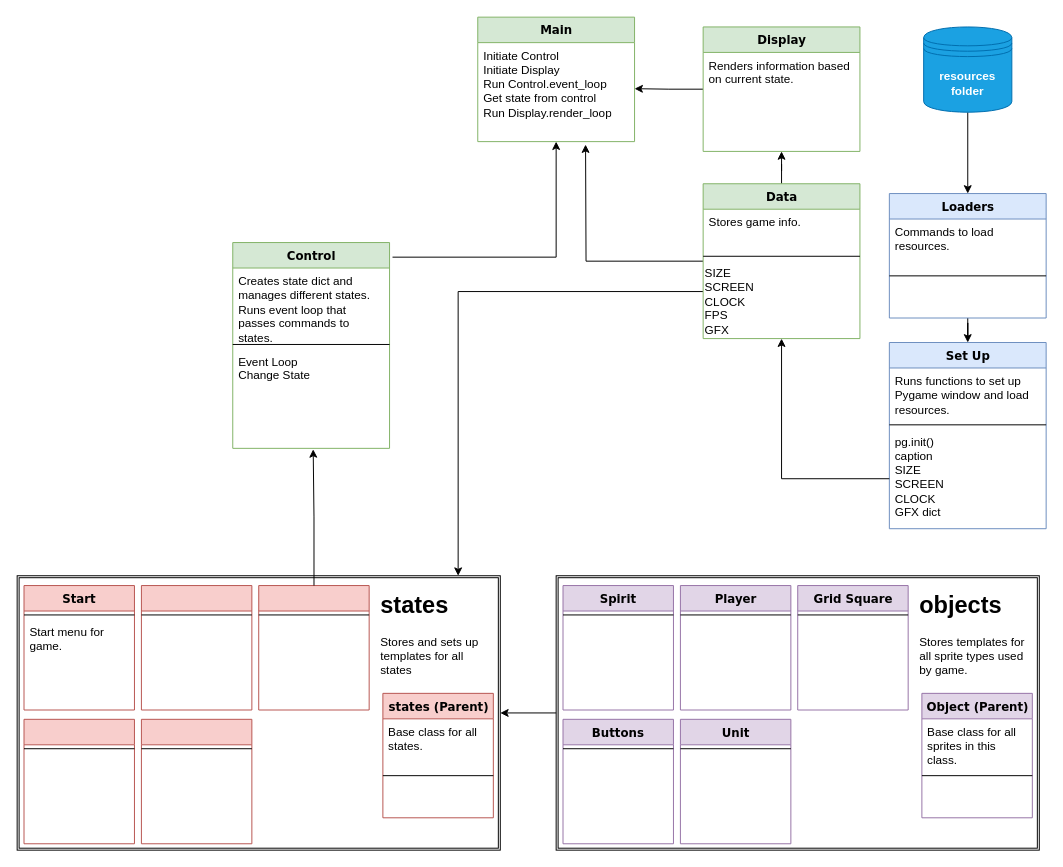
The draw.io diagram class_outline.drawio in ShinyMyst/VG-exhumed, before the edit. Source tidied: cells renumbered, new cells numbered last; positions are measured from the earlier drawing's top-left corner, leaving out a move shared by most shapes. Both pictures are drawn from the tidied source at 98%, with x=0, y=0 at pixel (17, 17).
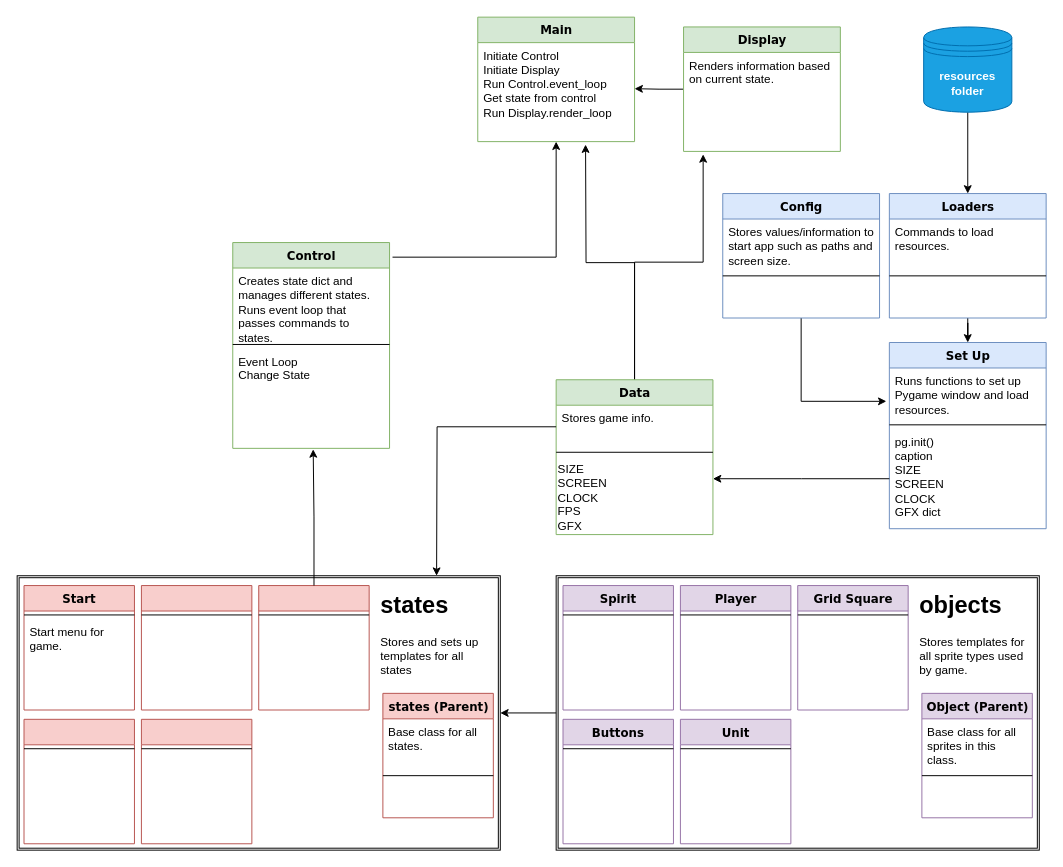
The same diagram, later.

Commit message (it also covers changes not shown here):
Added config folder

The change refers to these unchanged cells:
```xml
<mxCell id="13" value="Stores game info." style="text;html=1;strokeColor=none;fillColor=none;align=left;verticalAlign=top;spacingLeft=4;spacingRight=4;whiteSpace=wrap;overflow=hidden;points=[[0,0.5],[1,0.5]];portConstraint=eastwest;" parent="12" vertex="1">
  <mxGeometry y="26" width="160" height="44" as="geometry" />
</mxCell>
<mxCell id="19" value="&lt;div&gt;Set Up&lt;/div&gt;&lt;div&gt;&lt;br&gt;&lt;/div&gt;" style="swimlane;html=1;fontStyle=1;align=center;verticalAlign=top;horizontal=1;startSize=26;swimlaneFillColor=#ffffff;rounded=0;shadow=0;comic=0;labelBackgroundColor=none;strokeWidth=1;fillColor=#dae8fc;fontFamily=Verdana;fontSize=12;strokeColor=#6c8ebf;" parent="1" vertex="1">
  <mxGeometry x="890" y="332" width="160" height="190" as="geometry" />
</mxCell>
<mxCell id="20" value="Runs functions to set up Pygame window and load resources." style="text;html=1;strokeColor=none;fillColor=none;align=left;verticalAlign=top;spacingLeft=4;spacingRight=4;whiteSpace=wrap;overflow=hidden;points=[[0,0.5],[1,0.5]];portConstraint=eastwest;" parent="19" vertex="1">
  <mxGeometry y="26" width="160" height="54" as="geometry" />
</mxCell>
<mxCell id="22" value="&lt;div&gt;pg.init()&lt;/div&gt;&lt;div&gt;caption&lt;/div&gt;&lt;div&gt;SIZE&lt;br&gt;&lt;/div&gt;&lt;div&gt;SCREEN&lt;/div&gt;&lt;div&gt;CLOCK&lt;br&gt;&lt;/div&gt;&lt;div&gt;GFX dict&lt;br&gt;&lt;/div&gt;" style="text;html=1;strokeColor=none;fillColor=none;align=left;verticalAlign=top;spacingLeft=4;spacingRight=4;whiteSpace=wrap;overflow=hidden;points=[[0,0.5],[1,0.5]];portConstraint=eastwest;" parent="19" vertex="1">
  <mxGeometry y="88" width="160" height="102" as="geometry" />
</mxCell>
```

Change to the diagram source:
```diff
@@
-    <mxCell id="9" style="edgeStyle=orthogonalEdgeStyle;rounded=0;jettySize=auto;html=1;" parent="1" edge="1" source="12">
-      <mxGeometry relative="1" as="geometry">
-        <mxPoint x="580" y="130" as="targetPoint" />
-      </mxGeometry>
-    </mxCell>
-    <mxCell id="10" style="edgeStyle=orthogonalEdgeStyle;rounded=0;jettySize=auto;html=1;entryX=0.5;entryY=1;entryDx=0;entryDy=0;" parent="1" edge="1" source="12" target="17">
-      <mxGeometry relative="1" as="geometry" />
-    </mxCell>
-    <mxCell id="11" style="edgeStyle=orthogonalEdgeStyle;rounded=0;jettySize=auto;html=1;" parent="1" edge="1" source="12">
-      <mxGeometry relative="1" as="geometry">
-        <mxPoint x="450" y="570" as="targetPoint" />
-        <Array as="points">
-          <mxPoint x="450" y="280" />
-        </Array>
-      </mxGeometry>
-    </mxCell>
+    <mxCell id="65" style="edgeStyle=orthogonalEdgeStyle;rounded=0;jettySize=auto;html=1;" parent="1" edge="1" source="12">
+      <mxGeometry relative="1" as="geometry">
+        <mxPoint x="580" y="130" as="targetPoint" />
+      </mxGeometry>
+    </mxCell>
+    <mxCell id="66" style="edgeStyle=orthogonalEdgeStyle;rounded=0;jettySize=auto;html=1;" parent="1" edge="1" source="12">
+      <mxGeometry relative="1" as="geometry">
+        <mxPoint x="700" y="140" as="targetPoint" />
+        <Array as="points">
+          <mxPoint x="630" y="250" />
+          <mxPoint x="700" y="250" />
+        </Array>
+      </mxGeometry>
+    </mxCell>
     <mxCell id="12" value="Data" style="swimlane;html=1;fontStyle=1;align=center;verticalAlign=top;horizontal=1;startSize=26;swimlaneFillColor=#ffffff;rounded=0;shadow=0;comic=0;labelBackgroundColor=none;strokeWidth=1;fillColor=#d5e8d4;fontFamily=Verdana;fontSize=12;strokeColor=#82b366;" parent="1" vertex="1">
-      <mxGeometry x="700" y="170" width="160" height="158" as="geometry" />
+      <mxGeometry x="550" y="370" width="160" height="158" as="geometry" />
     </mxCell>
@@
     <mxCell id="17" value="Display" style="swimlane;html=1;fontStyle=1;align=center;verticalAlign=top;horizontal=1;startSize=26;swimlaneFillColor=#ffffff;rounded=0;shadow=0;comic=0;labelBackgroundColor=none;strokeWidth=1;fillColor=#d5e8d4;fontFamily=Verdana;fontSize=12;strokeColor=#82b366;" parent="1" vertex="1">
-      <mxGeometry x="700" y="10" width="160" height="127" as="geometry" />
+      <mxGeometry x="680" y="10" width="160" height="127" as="geometry" />
     </mxCell>
@@
+    <mxCell id="67" style="edgeStyle=orthogonalEdgeStyle;rounded=0;jettySize=auto;html=1;" parent="19" edge="1" source="22">
+      <mxGeometry relative="1" as="geometry">
+        <mxPoint x="-180" y="139" as="targetPoint" />
+      </mxGeometry>
+    </mxCell>
@@
-    <mxCell id="64" style="edgeStyle=orthogonalEdgeStyle;rounded=0;jettySize=auto;html=1;entryX=0.5;entryY=1;entryDx=0;entryDy=0;" parent="1" edge="1" source="22" target="12">
-      <mxGeometry relative="1" as="geometry" />
-    </mxCell>
+    <mxCell id="68" style="edgeStyle=orthogonalEdgeStyle;rounded=0;jettySize=auto;html=1;entryX=-0.019;entryY=0.63;entryDx=0;entryDy=0;entryPerimeter=0;" parent="1" edge="1" source="69" target="20">
+      <mxGeometry relative="1" as="geometry" />
+    </mxCell>
+    <mxCell id="69" value="Config" style="swimlane;html=1;fontStyle=1;align=center;verticalAlign=top;horizontal=1;startSize=26;swimlaneFillColor=#ffffff;rounded=0;shadow=0;comic=0;labelBackgroundColor=none;strokeWidth=1;fillColor=#dae8fc;fontFamily=Verdana;fontSize=12;strokeColor=#6c8ebf;" parent="1" vertex="1">
+      <mxGeometry x="720" y="180" width="160" height="127" as="geometry" />
+    </mxCell>
+    <mxCell id="70" value="Stores values/information to start app such as paths and screen size." style="text;html=1;strokeColor=none;fillColor=none;align=left;verticalAlign=top;spacingLeft=4;spacingRight=4;whiteSpace=wrap;overflow=hidden;" parent="69" vertex="1">
+      <mxGeometry y="26" width="160" height="54" as="geometry" />
+    </mxCell>
+    <mxCell id="71" style="line;html=1;strokeWidth=1;fillColor=none;align=left;verticalAlign=middle;spacingTop=-1;spacingLeft=3;spacingRight=3;labelPosition=right;" parent="69" vertex="1">
+      <mxGeometry y="80" width="160" height="8" as="geometry" />
+    </mxCell>
+    <mxCell id="72" style="edgeStyle=orthogonalEdgeStyle;rounded=0;jettySize=auto;html=1;" parent="1" edge="1" source="13">
+      <mxGeometry relative="1" as="geometry">
+        <mxPoint x="428" y="570" as="targetPoint" />
+      </mxGeometry>
+    </mxCell>
```
